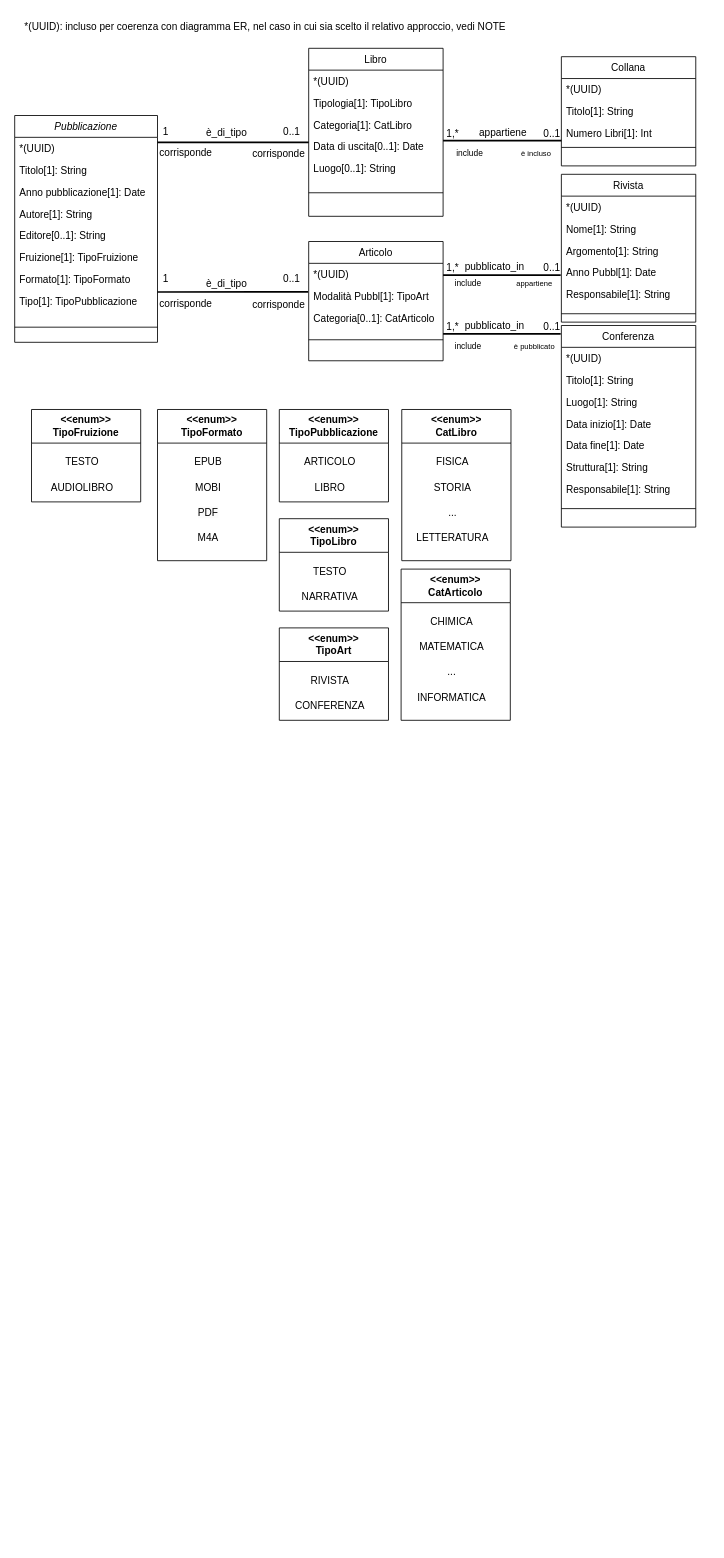
Earlier version of the draw.io diagram elibrary.drawio (GritHat/diagrams-draw.io). Source tidied: cells renumbered, new cells numbered last; positions are measured from the earlier drawing's top-left corner, leaving out a move shared by most shapes. Both pictures are drawn from the tidied source at 84%, with x=0, y=0 at pixel (14, 14).
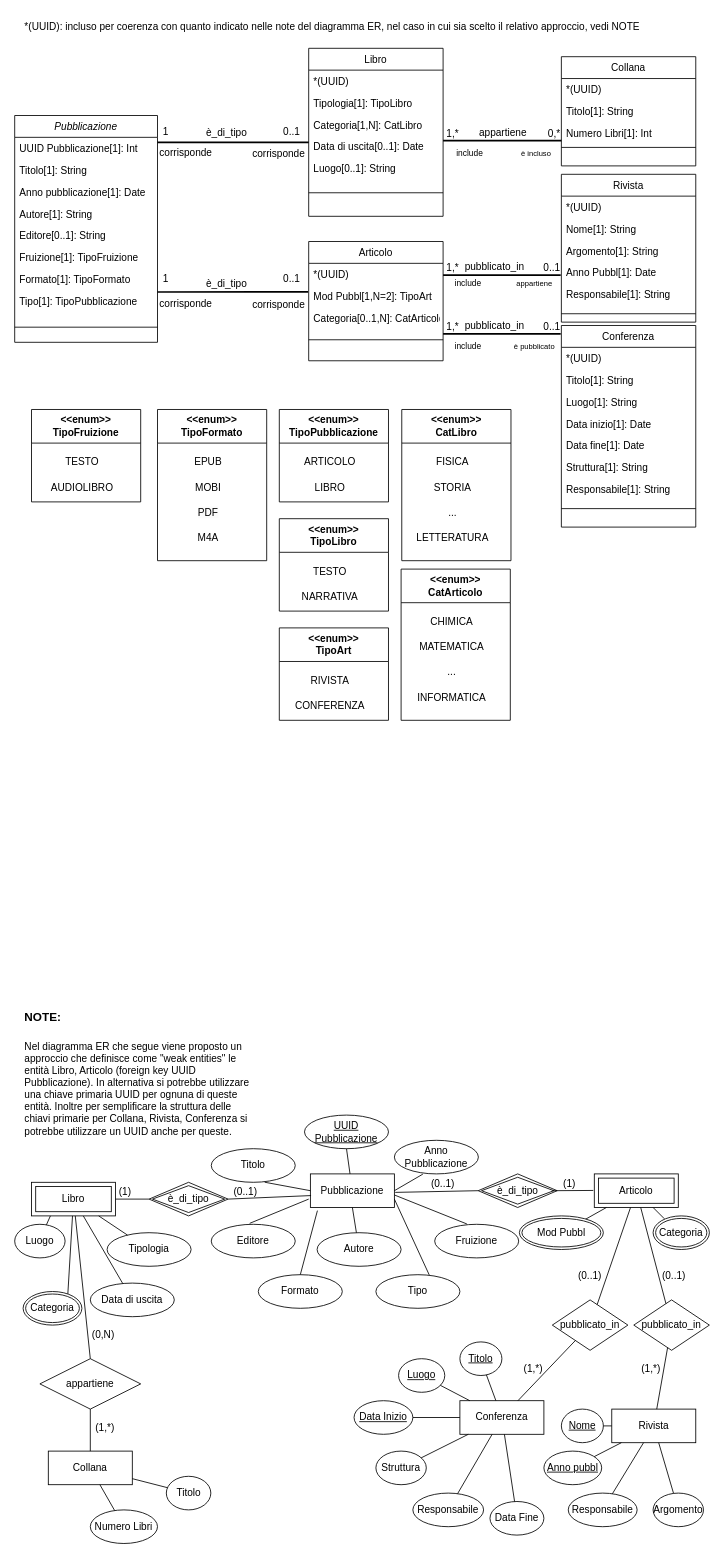
After the change.

Unchanged cells that the change refers to:
```xml
<mxCell id="2" value="Pubblicazione" style="swimlane;fontStyle=2;align=center;verticalAlign=top;horizontal=1;startSize=26;rounded=0;shadow=0;strokeWidth=1;" parent="1" vertex="1">
  <mxGeometry y="120" width="170" height="270" as="geometry" />
</mxCell>
<mxCell id="12" value="Libro" style="swimlane;fontStyle=0;align=center;verticalAlign=top;horizontal=1;startSize=26;rounded=0;shadow=0;strokeWidth=1;" parent="1" vertex="1">
  <mxGeometry x="350" y="40" width="160" height="200" as="geometry" />
</mxCell>
<mxCell id="31" value="Articolo" style="swimlane;fontStyle=0;align=center;verticalAlign=top;horizontal=1;startSize=26;rounded=0;shadow=0;strokeWidth=1;" parent="1" vertex="1">
  <mxGeometry x="350" y="270" width="160" height="142" as="geometry" />
</mxCell>
```

What changed in the source:
```diff
@@
-    <mxCell id="3" value="*(UUID)" style="text;align=left;verticalAlign=top;spacingLeft=4;spacingRight=4;overflow=hidden;" parent="2" vertex="1">
+    <mxCell id="3" value="UUID Pubblicazione[1]: Int" style="text;align=left;verticalAlign=top;spacingLeft=4;spacingRight=4;overflow=hidden;" parent="2" vertex="1">
       <mxGeometry y="26" width="170" height="26" as="geometry" />
     </mxCell>
@@
-    <mxCell id="15" value="Categoria[1]: CatLibro" style="text;align=left;verticalAlign=top;spacingLeft=4;spacingRight=4;overflow=hidden;rounded=0;shadow=0;html=0;" parent="12" vertex="1">
+    <mxCell id="15" value="Categoria[1,N]: CatLibro" style="text;align=left;verticalAlign=top;spacingLeft=4;spacingRight=4;overflow=hidden;rounded=0;shadow=0;html=0;" parent="12" vertex="1">
       <mxGeometry y="78" width="160" height="26" as="geometry" />
     </mxCell>
@@
-    <mxCell id="33" value="Modalità Pubbl[1]: TipoArt" style="text;align=left;verticalAlign=top;spacingLeft=4;spacingRight=4;overflow=hidden;" parent="31" vertex="1">
+    <mxCell id="33" value="Mod Pubbl[1,N=2]: TipoArt" style="text;align=left;verticalAlign=top;spacingLeft=4;spacingRight=4;overflow=hidden;" parent="31" vertex="1">
       <mxGeometry y="52" width="160" height="26" as="geometry" />
     </mxCell>
-    <mxCell id="34" value="Categoria[0..1]: CatArticolo" style="text;align=left;verticalAlign=top;spacingLeft=4;spacingRight=4;overflow=hidden;" parent="31" vertex="1">
+    <mxCell id="34" value="Categoria[0..1,N]: CatArticolo" style="text;align=left;verticalAlign=top;spacingLeft=4;spacingRight=4;overflow=hidden;" parent="31" vertex="1">
       <mxGeometry y="78" width="160" height="26" as="geometry" />
     </mxCell>
@@
-    <mxCell id="62" value="*(UUID): incluso per coerenza con diagramma ER, nel caso in cui sia scelto il relativo approccio, vedi NOTE" style="text;html=1;align=left;verticalAlign=middle;whiteSpace=wrap;rounded=0;" parent="1" vertex="1">
-      <mxGeometry x="10" width="680" height="30" as="geometry" />
+    <mxCell id="62" value="*(UUID): incluso per coerenza con quanto indicato nelle note del diagramma ER, nel caso in cui sia scelto il relativo approccio, vedi NOTE" style="text;html=1;align=left;verticalAlign=middle;whiteSpace=wrap;rounded=0;" parent="1" vertex="1">
+      <mxGeometry x="10" width="770" height="30" as="geometry" />
     </mxCell>
@@
-    <mxCell id="94" value="0..1" style="align=right;verticalAlign=bottom;labelBackgroundColor=none;fontSize=12;" parent="1" vertex="1">
+    <mxCell id="94" value="0,*" style="align=right;verticalAlign=bottom;labelBackgroundColor=none;fontSize=12;" parent="1" vertex="1">
       <mxGeometry x="650.8" y="150" as="geometry" />
     </mxCell>
@@
+    <mxCell id="103" value="Pubblicazione" style="whiteSpace=wrap;html=1;align=center;" parent="1" vertex="1">
+      <mxGeometry x="352" y="1380" width="100" height="40" as="geometry" />
+    </mxCell>
+    <mxCell id="104" value="&lt;h1 style=&quot;margin-top: 0px;&quot;&gt;&lt;font style=&quot;font-size: 14px;&quot;&gt;NOTE:&lt;/font&gt;&lt;/h1&gt;&lt;p&gt;Nel diagramma ER che segue viene proposto un approccio che definisce come &quot;weak entities&quot; le entità Libro, Articolo (foreign key UUID Pubblicazione). In alternativa si potrebbe utilizzare una chiave primaria UUID per ognuna di queste entità. Inoltre per semplificare la struttura delle chiavi primarie per Collana, Rivista, Conferenza si potrebbe utilizzare un UUID anche per queste.&lt;/p&gt;" style="text;html=1;whiteSpace=wrap;overflow=hidden;rounded=0;" parent="1" vertex="1">
+      <mxGeometry x="10" y="1170" width="280" height="182" as="geometry" />
+    </mxCell>
+    <mxCell id="105" value="è_di_tipo" style="shape=rhombus;double=1;perimeter=rhombusPerimeter;whiteSpace=wrap;html=1;align=center;" parent="1" vertex="1">
+      <mxGeometry x="160" y="1390" width="94" height="40" as="geometry" />
+    </mxCell>
+    <mxCell id="106" value="Libro" style="shape=ext;margin=3;double=1;whiteSpace=wrap;html=1;align=center;" parent="1" vertex="1">
+      <mxGeometry x="20" y="1390" width="100" height="40" as="geometry" />
+    </mxCell>
+    <mxCell id="107" value="Articolo" style="shape=ext;margin=3;double=1;whiteSpace=wrap;html=1;align=center;" parent="1" vertex="1">
+      <mxGeometry x="690" y="1380" width="100" height="40" as="geometry" />
+    </mxCell>
+    <mxCell id="108" value="appartiene" style="shape=rhombus;perimeter=rhombusPerimeter;whiteSpace=wrap;html=1;align=center;" parent="1" vertex="1">
+      <mxGeometry x="30" y="1600" width="120" height="60" as="geometry" />
+    </mxCell>
+    <mxCell id="109" value="Collana" style="whiteSpace=wrap;html=1;align=center;" parent="1" vertex="1">
+      <mxGeometry x="40" y="1710" width="100" height="40" as="geometry" />
+    </mxCell>
+    <mxCell id="110" value="pubblicato_in" style="shape=rhombus;perimeter=rhombusPerimeter;whiteSpace=wrap;html=1;align=center;rotation=0;" parent="1" vertex="1">
+      <mxGeometry x="737" y="1530" width="90" height="60" as="geometry" />
+    </mxCell>
+    <mxCell id="111" value="Rivista" style="whiteSpace=wrap;html=1;align=center;" parent="1" vertex="1">
+      <mxGeometry x="710.8" y="1660" width="100" height="40" as="geometry" />
+    </mxCell>
+    <mxCell id="112" value="Conferenza" style="whiteSpace=wrap;html=1;align=center;" parent="1" vertex="1">
+      <mxGeometry x="530" y="1650" width="100" height="40" as="geometry" />
+    </mxCell>
+    <mxCell id="113" value="UUID Pubblicazione" style="ellipse;whiteSpace=wrap;html=1;align=center;fontStyle=4;" parent="1" vertex="1">
+      <mxGeometry x="345" y="1310" width="100" height="40" as="geometry" />
+    </mxCell>
+    <mxCell id="114" value="Autore" style="ellipse;whiteSpace=wrap;html=1;align=center;" parent="1" vertex="1">
+      <mxGeometry x="360" y="1450" width="100" height="40" as="geometry" />
+    </mxCell>
+    <mxCell id="115" value="Titolo" style="ellipse;whiteSpace=wrap;html=1;align=center;" parent="1" vertex="1">
+      <mxGeometry x="234" y="1350" width="100" height="40" as="geometry" />
+    </mxCell>
+    <mxCell id="116" value="Anno Pubblicazione" style="ellipse;whiteSpace=wrap;html=1;align=center;" parent="1" vertex="1">
+      <mxGeometry x="452" y="1340" width="100" height="40" as="geometry" />
+    </mxCell>
+    <mxCell id="117" value="Fruizione" style="ellipse;whiteSpace=wrap;html=1;align=center;" parent="1" vertex="1">
+      <mxGeometry x="500" y="1440" width="100" height="40" as="geometry" />
+    </mxCell>
+    <mxCell id="118" value="Editore" style="ellipse;whiteSpace=wrap;html=1;align=center;" parent="1" vertex="1">
+      <mxGeometry x="234" y="1440" width="100" height="40" as="geometry" />
+    </mxCell>
+    <mxCell id="119" value="Formato" style="ellipse;whiteSpace=wrap;html=1;align=center;" parent="1" vertex="1">
+      <mxGeometry x="290" y="1500" width="100" height="40" as="geometry" />
+    </mxCell>
+    <mxCell id="120" value="Tipo" style="ellipse;whiteSpace=wrap;html=1;align=center;" parent="1" vertex="1">
+      <mxGeometry x="430" y="1500" width="100" height="40" as="geometry" />
+    </mxCell>
+    <mxCell id="121" style="endArrow=none;html=1;rounded=0;exitX=0.5;exitY=0;exitDx=0;exitDy=0;entryX=0.084;entryY=1.093;entryDx=0;entryDy=0;entryPerimeter=0;" parent="1" edge="1" source="119" target="103">
+      <mxGeometry relative="1" as="geometry" />
+    </mxCell>
+    <mxCell id="122" style="endArrow=none;html=1;rounded=0;exitX=0.457;exitY=-0.028;exitDx=0;exitDy=0;exitPerimeter=0;" parent="1" edge="1" source="118">
+      <mxGeometry relative="1" as="geometry">
+        <mxPoint x="350" y="1410" as="targetPoint" />
+      </mxGeometry>
+    </mxCell>
+    <mxCell id="123" style="endArrow=none;html=1;rounded=0;entryX=0.5;entryY=1;entryDx=0;entryDy=0;" parent="1" edge="1" source="114" target="103">
+      <mxGeometry relative="1" as="geometry" />
+    </mxCell>
+    <mxCell id="124" style="endArrow=none;html=1;rounded=0;entryX=0.635;entryY=0.007;entryDx=0;entryDy=0;entryPerimeter=0;exitX=1;exitY=0.75;exitDx=0;exitDy=0;" parent="1" edge="1" source="103" target="120">
+      <mxGeometry relative="1" as="geometry" />
+    </mxCell>
+    <mxCell id="125" style="endArrow=none;html=1;rounded=0;entryX=0.636;entryY=0.998;entryDx=0;entryDy=0;entryPerimeter=0;exitX=0;exitY=0.5;exitDx=0;exitDy=0;" parent="1" edge="1" source="103" target="115">
+      <mxGeometry relative="1" as="geometry" />
+    </mxCell>
+    <mxCell id="126" style="endArrow=none;html=1;rounded=0;entryX=0.5;entryY=1;entryDx=0;entryDy=0;" parent="1" edge="1" source="103" target="113">
+      <mxGeometry relative="1" as="geometry" />
+    </mxCell>
+    <mxCell id="127" style="endArrow=none;html=1;rounded=0;entryX=0.339;entryY=1.007;entryDx=0;entryDy=0;entryPerimeter=0;exitX=1;exitY=0.5;exitDx=0;exitDy=0;" parent="1" edge="1" source="103" target="116">
+      <mxGeometry relative="1" as="geometry" />
+    </mxCell>
+    <mxCell id="128" style="endArrow=none;html=1;rounded=0;exitX=1.001;exitY=0.628;exitDx=0;exitDy=0;exitPerimeter=0;entryX=0.383;entryY=-0.01;entryDx=0;entryDy=0;entryPerimeter=0;" parent="1" edge="1" source="103" target="117">
+      <mxGeometry relative="1" as="geometry" />
+    </mxCell>
+    <mxCell id="129" value="è_di_tipo" style="shape=rhombus;double=1;perimeter=rhombusPerimeter;whiteSpace=wrap;html=1;align=center;" parent="1" vertex="1">
+      <mxGeometry x="551.8" y="1380" width="94" height="40" as="geometry" />
+    </mxCell>
+    <mxCell id="130" style="endArrow=none;html=1;rounded=0;exitX=1;exitY=0.5;exitDx=0;exitDy=0;entryX=0.008;entryY=0.645;entryDx=0;entryDy=0;entryPerimeter=0;" parent="1" edge="1" source="105" target="103">
+      <mxGeometry relative="1" as="geometry" />
+    </mxCell>
+    <mxCell id="131" style="endArrow=none;html=1;rounded=0;exitX=1;exitY=0.5;exitDx=0;exitDy=0;entryX=0;entryY=0.5;entryDx=0;entryDy=0;" parent="1" edge="1" source="106" target="105">
+      <mxGeometry relative="1" as="geometry" />
+    </mxCell>
+    <mxCell id="132" value="(1)" style="html=1;whiteSpace=wrap;align=right;verticalAlign=bottom;" parent="131" vertex="1">
+      <mxGeometry x="1" relative="1" as="geometry">
+        <mxPoint x="-20" as="offset" />
+      </mxGeometry>
+    </mxCell>
+    <mxCell id="133" value="(0..1)" style="html=1;whiteSpace=wrap;align=right;verticalAlign=bottom;" parent="1" vertex="1">
+      <mxGeometry x="290" y="1410" as="geometry" />
+    </mxCell>
+    <mxCell id="134" style="endArrow=none;html=1;rounded=0;exitX=0.5;exitY=0;exitDx=0;exitDy=0;entryX=0.5;entryY=1;entryDx=0;entryDy=0;" parent="1" edge="1" source="109" target="108">
+      <mxGeometry relative="1" as="geometry" />
+    </mxCell>
+    <mxCell id="135" style="endArrow=none;html=1;rounded=0;exitX=0.5;exitY=0;exitDx=0;exitDy=0;" parent="1" edge="1" source="108" target="106">
+      <mxGeometry relative="1" as="geometry" />
+    </mxCell>
+    <mxCell id="136" value="(0,N)" style="html=1;whiteSpace=wrap;align=right;verticalAlign=bottom;" parent="1" vertex="1">
+      <mxGeometry x="120" y="1580" as="geometry" />
+    </mxCell>
+    <mxCell id="137" value="(1,*)" style="html=1;whiteSpace=wrap;align=right;verticalAlign=bottom;" parent="1" vertex="1">
+      <mxGeometry x="120" y="1690" as="geometry" />
+    </mxCell>
+    <mxCell id="138" style="endArrow=none;html=1;rounded=0;entryX=0;entryY=0.5;entryDx=0;entryDy=0;" parent="1" edge="1">
+      <mxGeometry relative="1" as="geometry">
+        <mxPoint x="640" y="1400" as="sourcePoint" />
+        <mxPoint x="688.8" y="1399.7" as="targetPoint" />
+      </mxGeometry>
+    </mxCell>
+    <mxCell id="139" value="(1)" style="html=1;whiteSpace=wrap;align=right;verticalAlign=bottom;" parent="138" vertex="1">
+      <mxGeometry x="1" relative="1" as="geometry">
+        <mxPoint x="-20" as="offset" />
+      </mxGeometry>
+    </mxCell>
+    <mxCell id="140" style="endArrow=none;html=1;rounded=0;exitX=1;exitY=0.5;exitDx=0;exitDy=0;entryX=0;entryY=0.5;entryDx=0;entryDy=0;" parent="1" edge="1" target="129">
+      <mxGeometry relative="1" as="geometry">
+        <mxPoint x="453" y="1402" as="sourcePoint" />
+      </mxGeometry>
+    </mxCell>
+    <mxCell id="141" value="(0..1)" style="html=1;whiteSpace=wrap;align=right;verticalAlign=bottom;" parent="1" vertex="1">
+      <mxGeometry x="525" y="1400" as="geometry" />
+    </mxCell>
+    <mxCell id="142" value="Tipologia" style="ellipse;whiteSpace=wrap;html=1;align=center;" parent="1" vertex="1">
+      <mxGeometry x="110" y="1450" width="100" height="40" as="geometry" />
+    </mxCell>
+    <mxCell id="143" value="Data di uscita" style="ellipse;whiteSpace=wrap;html=1;align=center;" parent="1" vertex="1">
+      <mxGeometry x="90" y="1510" width="100" height="40" as="geometry" />
+    </mxCell>
+    <mxCell id="144" value="Luogo" style="ellipse;whiteSpace=wrap;html=1;align=center;" parent="1" vertex="1">
+      <mxGeometry y="1440" width="60" height="40" as="geometry" />
+    </mxCell>
+    <mxCell id="145" style="endArrow=none;html=1;rounded=0;" parent="1" edge="1" source="106" target="142">
+      <mxGeometry relative="1" as="geometry" />
+    </mxCell>
+    <mxCell id="146" style="endArrow=none;html=1;rounded=0;" parent="1" edge="1" source="106" target="143">
+      <mxGeometry relative="1" as="geometry" />
+    </mxCell>
+    <mxCell id="147" style="endArrow=none;html=1;rounded=0;exitX=0.811;exitY=1.067;exitDx=0;exitDy=0;exitPerimeter=0;" parent="1" edge="1" target="144">
+      <mxGeometry relative="1" as="geometry">
+        <mxPoint x="42.5" y="1430" as="sourcePoint" />
+      </mxGeometry>
+    </mxCell>
+    <mxCell id="148" style="endArrow=none;html=1;rounded=0;entryX=0.759;entryY=0.128;entryDx=0;entryDy=0;entryPerimeter=0;" parent="1" edge="1" source="106" target="185">
+      <mxGeometry relative="1" as="geometry" />
+    </mxCell>
+    <mxCell id="149" style="endArrow=none;html=1;rounded=0;" parent="1" edge="1" target="107">
+      <mxGeometry relative="1" as="geometry">
+        <mxPoint x="773.4" y="1433.4" as="sourcePoint" />
+      </mxGeometry>
+    </mxCell>
+    <mxCell id="150" style="endArrow=none;html=1;rounded=0;" parent="1" edge="1" target="107">
+      <mxGeometry relative="1" as="geometry">
+        <mxPoint x="678.8" y="1434.4" as="sourcePoint" />
+      </mxGeometry>
+    </mxCell>
+    <mxCell id="151" style="endArrow=none;html=1;rounded=0;" parent="1" edge="1" source="110" target="107">
+      <mxGeometry relative="1" as="geometry" />
+    </mxCell>
+    <mxCell id="152" value="(0..1)" style="html=1;whiteSpace=wrap;align=right;verticalAlign=bottom;" parent="1" vertex="1">
+      <mxGeometry x="800" y="1510" as="geometry" />
+    </mxCell>
+    <mxCell id="153" value="pubblicato_in" style="shape=rhombus;perimeter=rhombusPerimeter;whiteSpace=wrap;html=1;align=center;rotation=0;" parent="1" vertex="1">
+      <mxGeometry x="640" y="1530" width="90" height="60" as="geometry" />
+    </mxCell>
+    <mxCell id="154" style="endArrow=none;html=1;rounded=0;" parent="1" edge="1" source="153" target="107">
+      <mxGeometry relative="1" as="geometry" />
+    </mxCell>
+    <mxCell id="155" value="(0..1)" style="html=1;whiteSpace=wrap;align=right;verticalAlign=bottom;" parent="1" vertex="1">
+      <mxGeometry x="700" y="1510" as="geometry" />
+    </mxCell>
+    <mxCell id="156" style="endArrow=none;html=1;rounded=0;" parent="1" edge="1" source="112" target="153">
+      <mxGeometry relative="1" as="geometry" />
+    </mxCell>
+    <mxCell id="157" style="endArrow=none;html=1;rounded=0;" parent="1" edge="1" source="111" target="110">
+      <mxGeometry relative="1" as="geometry" />
+    </mxCell>
+    <mxCell id="158" value="Mod Pubbl" style="ellipse;shape=doubleEllipse;margin=3;whiteSpace=wrap;html=1;align=center;" parent="1" vertex="1">
+      <mxGeometry x="600.8" y="1430" width="100" height="40" as="geometry" />
+    </mxCell>
+    <mxCell id="159" value="(1,*)" style="html=1;whiteSpace=wrap;align=right;verticalAlign=bottom;" parent="1" vertex="1">
+      <mxGeometry x="630" y="1620" as="geometry" />
+    </mxCell>
+    <mxCell id="160" value="(1,*)" style="html=1;whiteSpace=wrap;align=right;verticalAlign=bottom;" parent="1" vertex="1">
+      <mxGeometry x="770" y="1620" as="geometry" />
+    </mxCell>
+    <mxCell id="161" value="Nome" style="ellipse;whiteSpace=wrap;html=1;align=center;fontStyle=4;" parent="1" vertex="1">
+      <mxGeometry x="650.8" y="1660" width="50" height="40" as="geometry" />
+    </mxCell>
+    <mxCell id="162" value="Anno pubbl" style="ellipse;whiteSpace=wrap;html=1;align=center;fontStyle=4;" parent="1" vertex="1">
+      <mxGeometry x="630" y="1710" width="68.8" height="40" as="geometry" />
+    </mxCell>
+    <mxCell id="163" value="Argomento" style="ellipse;whiteSpace=wrap;html=1;align=center;" parent="1" vertex="1">
+      <mxGeometry x="760" y="1760" width="60" height="40" as="geometry" />
+    </mxCell>
+    <mxCell id="164" value="Responsabile" style="ellipse;whiteSpace=wrap;html=1;align=center;" parent="1" vertex="1">
+      <mxGeometry x="659" y="1760" width="82" height="40" as="geometry" />
+    </mxCell>
+    <mxCell id="165" style="endArrow=none;html=1;rounded=0;" parent="1" edge="1" source="111" target="161">
+      <mxGeometry relative="1" as="geometry" />
+    </mxCell>
+    <mxCell id="166" style="endArrow=none;html=1;rounded=0;" parent="1" edge="1" source="164" target="111">
+      <mxGeometry relative="1" as="geometry" />
+    </mxCell>
+    <mxCell id="167" style="endArrow=none;html=1;rounded=0;" parent="1" edge="1" source="162" target="111">
+      <mxGeometry relative="1" as="geometry" />
+    </mxCell>
+    <mxCell id="168" style="endArrow=none;html=1;rounded=0;" parent="1" edge="1" source="163" target="111">
+      <mxGeometry relative="1" as="geometry" />
+    </mxCell>
+    <mxCell id="169" value="Titolo" style="ellipse;whiteSpace=wrap;html=1;align=center;fontStyle=4;" parent="1" vertex="1">
+      <mxGeometry x="530" y="1580" width="50" height="40" as="geometry" />
+    </mxCell>
+    <mxCell id="170" value="Data Inizio" style="ellipse;whiteSpace=wrap;html=1;align=center;fontStyle=4;" parent="1" vertex="1">
+      <mxGeometry x="404" y="1650" width="70" height="40" as="geometry" />
+    </mxCell>
+    <mxCell id="171" value="Data Fine" style="ellipse;whiteSpace=wrap;html=1;align=center;" parent="1" vertex="1">
+      <mxGeometry x="565.8" y="1770" width="64.2" height="40" as="geometry" />
+    </mxCell>
+    <mxCell id="172" value="Struttura" style="ellipse;whiteSpace=wrap;html=1;align=center;" parent="1" vertex="1">
+      <mxGeometry x="430" y="1710" width="60" height="40" as="geometry" />
+    </mxCell>
+    <mxCell id="173" value="Responsabile" style="ellipse;whiteSpace=wrap;html=1;align=center;" parent="1" vertex="1">
+      <mxGeometry x="474" y="1760" width="84.2" height="40" as="geometry" />
+    </mxCell>
+    <mxCell id="174" value="Luogo" style="ellipse;whiteSpace=wrap;html=1;align=center;fontStyle=4;" parent="1" vertex="1">
+      <mxGeometry x="457" y="1600" width="55" height="40" as="geometry" />
+    </mxCell>
+    <mxCell id="175" style="endArrow=none;html=1;rounded=0;" parent="1" edge="1" source="174" target="112">
+      <mxGeometry relative="1" as="geometry" />
+    </mxCell>
+    <mxCell id="176" style="endArrow=none;html=1;rounded=0;" parent="1" edge="1" source="170" target="112">
+      <mxGeometry relative="1" as="geometry" />
+    </mxCell>
+    <mxCell id="177" style="endArrow=none;html=1;rounded=0;" parent="1" edge="1" source="172" target="112">
+      <mxGeometry relative="1" as="geometry" />
+    </mxCell>
+    <mxCell id="178" style="endArrow=none;html=1;rounded=0;" parent="1" edge="1" source="169" target="112">
+      <mxGeometry relative="1" as="geometry" />
+    </mxCell>
+    <mxCell id="179" style="endArrow=none;html=1;rounded=0;" parent="1" edge="1" source="173" target="112">
+      <mxGeometry relative="1" as="geometry" />
+    </mxCell>
+    <mxCell id="180" style="endArrow=none;html=1;rounded=0;" parent="1" edge="1" source="171" target="112">
+      <mxGeometry relative="1" as="geometry" />
+    </mxCell>
+    <mxCell id="181" value="Numero Libri" style="ellipse;whiteSpace=wrap;html=1;align=center;" parent="1" vertex="1">
+      <mxGeometry x="90" y="1780" width="80" height="40" as="geometry" />
+    </mxCell>
+    <mxCell id="182" value="Titolo" style="ellipse;whiteSpace=wrap;html=1;align=center;" parent="1" vertex="1">
+      <mxGeometry x="180.5" y="1740" width="53" height="40" as="geometry" />
+    </mxCell>
+    <mxCell id="183" style="endArrow=none;html=1;rounded=0;" parent="1" edge="1" source="109" target="182">
+      <mxGeometry relative="1" as="geometry" />
+    </mxCell>
+    <mxCell id="184" style="endArrow=none;html=1;rounded=0;" parent="1" edge="1" source="109" target="181">
+      <mxGeometry relative="1" as="geometry" />
+    </mxCell>
+    <mxCell id="185" value="Categoria" style="ellipse;shape=doubleEllipse;margin=3;whiteSpace=wrap;html=1;align=center;" parent="1" vertex="1">
+      <mxGeometry x="10" y="1520" width="70" height="40" as="geometry" />
+    </mxCell>
+    <mxCell id="186" value="Categoria" style="ellipse;shape=doubleEllipse;margin=3;whiteSpace=wrap;html=1;align=center;" parent="1" vertex="1">
+      <mxGeometry x="760" y="1430" width="67" height="40" as="geometry" />
+    </mxCell>
```
